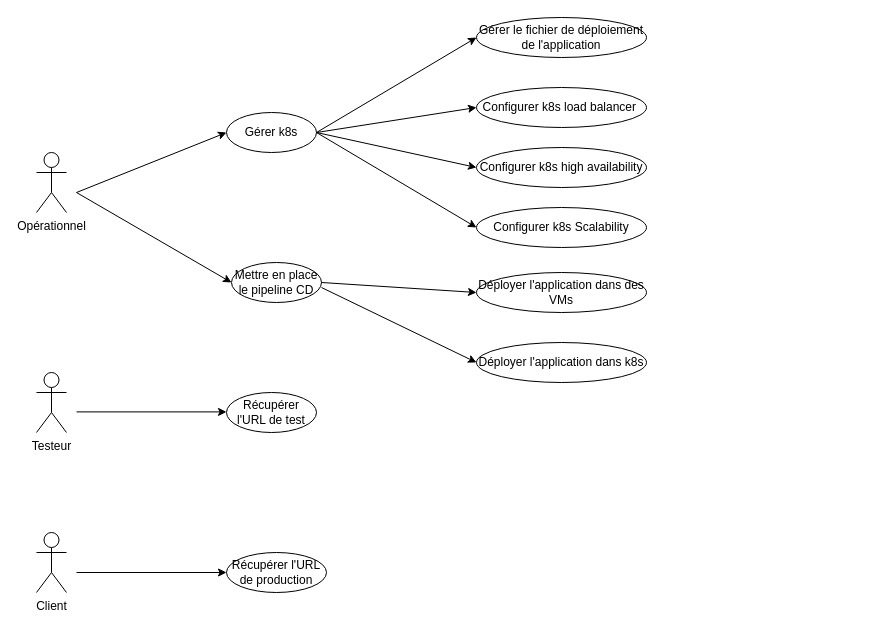
nouha57/AJAX-Movie-Recommendation-System-with-Sentiment-Analysis keeps this draw.io diagram as page "Page-2" (2 of 2) of Untitled Diagram.drawio. Above is the earlier version. Source tidied: cells renumbered, new cells numbered last; positions are measured from the earlier drawing's top-left corner, leaving out a move shared by most shapes. Both pictures are drawn from the tidied source at 100%, with x=0, y=0 at pixel (36, 17).
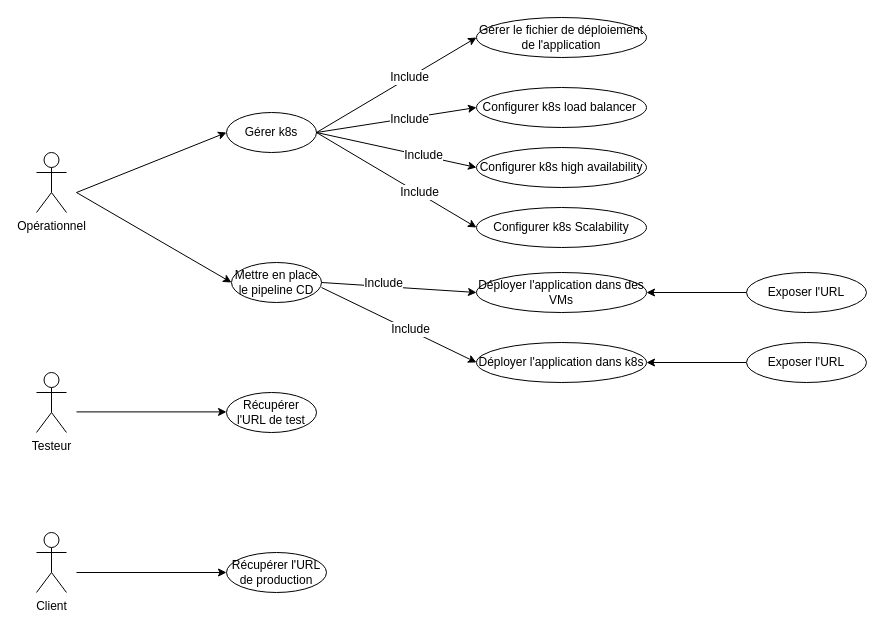
The same diagram, later.

The change refers to these unchanged cells:
```xml
<mxCell id="13" style="endArrow=classic;html=1;rounded=0;entryX=0;entryY=0.5;entryDx=0;entryDy=0;" parent="1" edge="1" target="14">
  <mxGeometry relative="1" as="geometry">
    <mxPoint x="280" y="115" as="sourcePoint" />
  </mxGeometry>
</mxCell>
<mxCell id="18" style="endArrow=classic;html=1;rounded=0;entryX=0;entryY=0.5;entryDx=0;entryDy=0;" parent="1" edge="1" target="15">
  <mxGeometry relative="1" as="geometry">
    <mxPoint x="280" y="115" as="sourcePoint" />
  </mxGeometry>
</mxCell>
<mxCell id="19" style="endArrow=classic;html=1;rounded=0;entryX=0;entryY=0.5;entryDx=0;entryDy=0;exitX=1;exitY=0.5;exitDx=0;exitDy=0;" parent="1" edge="1" source="5" target="16">
  <mxGeometry relative="1" as="geometry" />
</mxCell>
<mxCell id="20" style="endArrow=classic;html=1;rounded=0;exitX=1;exitY=0.5;exitDx=0;exitDy=0;entryX=0;entryY=0.5;entryDx=0;entryDy=0;" parent="1" edge="1" source="5" target="17">
  <mxGeometry relative="1" as="geometry" />
</mxCell>
<mxCell id="21" value="Déployer l'application dans des VMs" style="ellipse;whiteSpace=wrap;html=1;" parent="1" vertex="1">
  <mxGeometry x="440" y="255" width="170" height="40" as="geometry" />
</mxCell>
<mxCell id="22" value="Déployer l'application dans k8s" style="ellipse;whiteSpace=wrap;html=1;" parent="1" vertex="1">
  <mxGeometry x="440" y="325" width="170" height="40" as="geometry" />
</mxCell>
<mxCell id="23" style="endArrow=classic;html=1;rounded=0;exitX=1;exitY=0.5;exitDx=0;exitDy=0;entryX=0;entryY=0.5;entryDx=0;entryDy=0;" parent="1" edge="1" target="22">
  <mxGeometry relative="1" as="geometry">
    <mxPoint x="285" y="270" as="sourcePoint" />
  </mxGeometry>
</mxCell>
<mxCell id="24" style="endArrow=classic;html=1;rounded=0;exitX=1;exitY=0.5;exitDx=0;exitDy=0;entryX=0;entryY=0.5;entryDx=0;entryDy=0;" parent="1" edge="1" source="6" target="21">
  <mxGeometry relative="1" as="geometry" />
</mxCell>
```

The edit, as a diff of the source:
```diff
@@
+    <mxCell id="25" value="Include" style="edgeLabel;html=1;align=center;verticalAlign=middle;fontSize=12;" parent="13" vertex="1">
+      <mxGeometry x="0.16" relative="1" as="geometry" />
+    </mxCell>
@@
+    <mxCell id="26" value="Include" style="edgeLabel;html=1;align=center;verticalAlign=middle;fontSize=12;" parent="18" vertex="1">
+      <mxGeometry x="0.15" y="-1" relative="1" as="geometry" />
+    </mxCell>
@@
+    <mxCell id="27" value="Include" style="edgeLabel;html=1;align=center;verticalAlign=middle;fontSize=12;" parent="19" vertex="1">
+      <mxGeometry x="0.33" y="1" relative="1" as="geometry" />
+    </mxCell>
@@
+    <mxCell id="28" value="Include" style="edgeLabel;html=1;align=center;verticalAlign=middle;fontSize=12;" parent="20" vertex="1">
+      <mxGeometry x="0.28" y="1" relative="1" as="geometry" />
+    </mxCell>
@@
+    <mxCell id="29" value="Include" style="edgeLabel;html=1;align=center;verticalAlign=middle;fontSize=12;" parent="23" vertex="1">
+      <mxGeometry x="0.14" relative="1" as="geometry">
+        <mxPoint y="-1" as="offset" />
+      </mxGeometry>
+    </mxCell>
@@
+    <mxCell id="30" value="&lt;font style=&quot;font-size: 12px;&quot;&gt;Include&lt;/font&gt;" style="edgeLabel;html=1;align=center;verticalAlign=middle;" parent="24" vertex="1">
+      <mxGeometry x="-0.21" y="3" relative="1" as="geometry" />
+    </mxCell>
+    <mxCell id="31" style="edgeStyle=orthogonalEdgeStyle;rounded=0;jettySize=auto;html=1;" parent="1" edge="1" source="32" target="21">
+      <mxGeometry relative="1" as="geometry" />
+    </mxCell>
+    <mxCell id="32" value="Exposer l'URL" style="ellipse;whiteSpace=wrap;html=1;" parent="1" vertex="1">
+      <mxGeometry x="710" y="255" width="120" height="40" as="geometry" />
+    </mxCell>
+    <mxCell id="33" style="edgeStyle=orthogonalEdgeStyle;rounded=0;jettySize=auto;html=1;" parent="1" edge="1" source="34" target="22">
+      <mxGeometry relative="1" as="geometry" />
+    </mxCell>
+    <mxCell id="34" value="Exposer l'URL" style="ellipse;whiteSpace=wrap;html=1;" parent="1" vertex="1">
+      <mxGeometry x="710" y="325" width="120" height="40" as="geometry" />
+    </mxCell>
```
